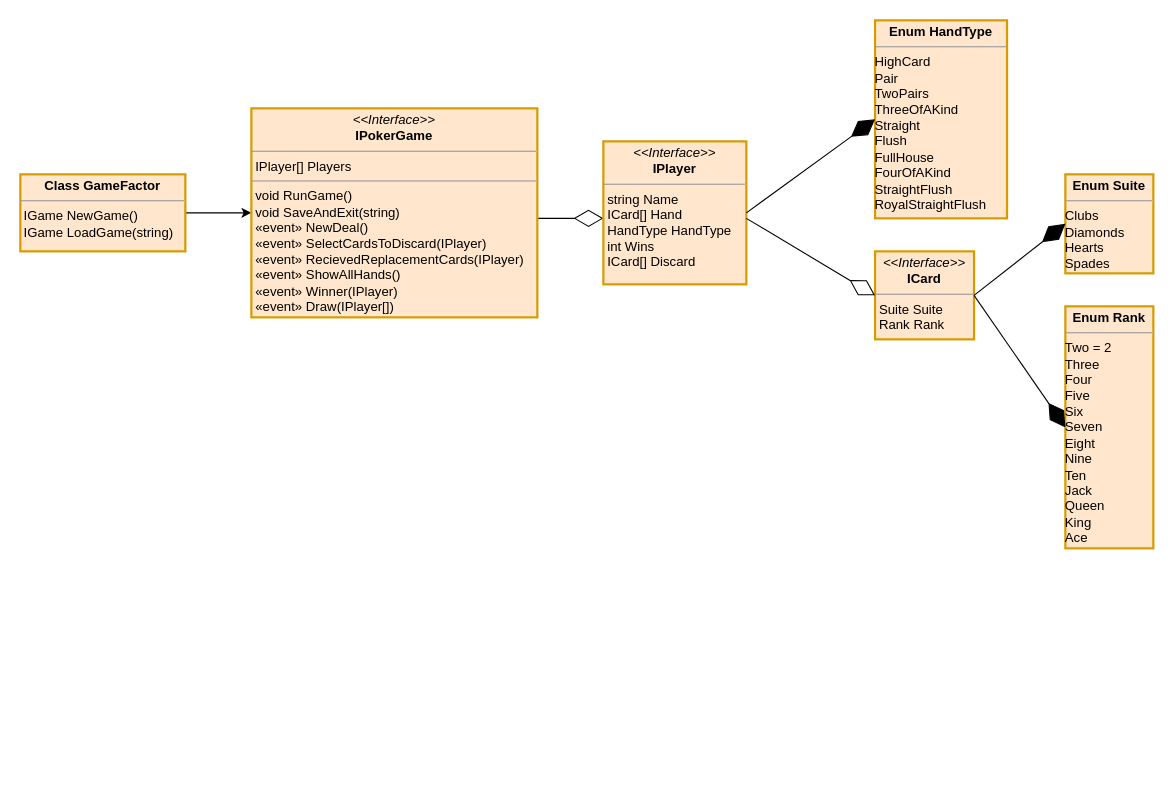
Before: Untitled Diagram.drawio in lucasohrn/PokerGame, a draw.io diagram. Source tidied: cells renumbered, new cells numbered last; positions are measured from the earlier drawing's top-left corner, leaving out a move shared by most shapes. Both pictures are drawn from the tidied source at 110%, with x=0, y=0 at pixel (20, 20).
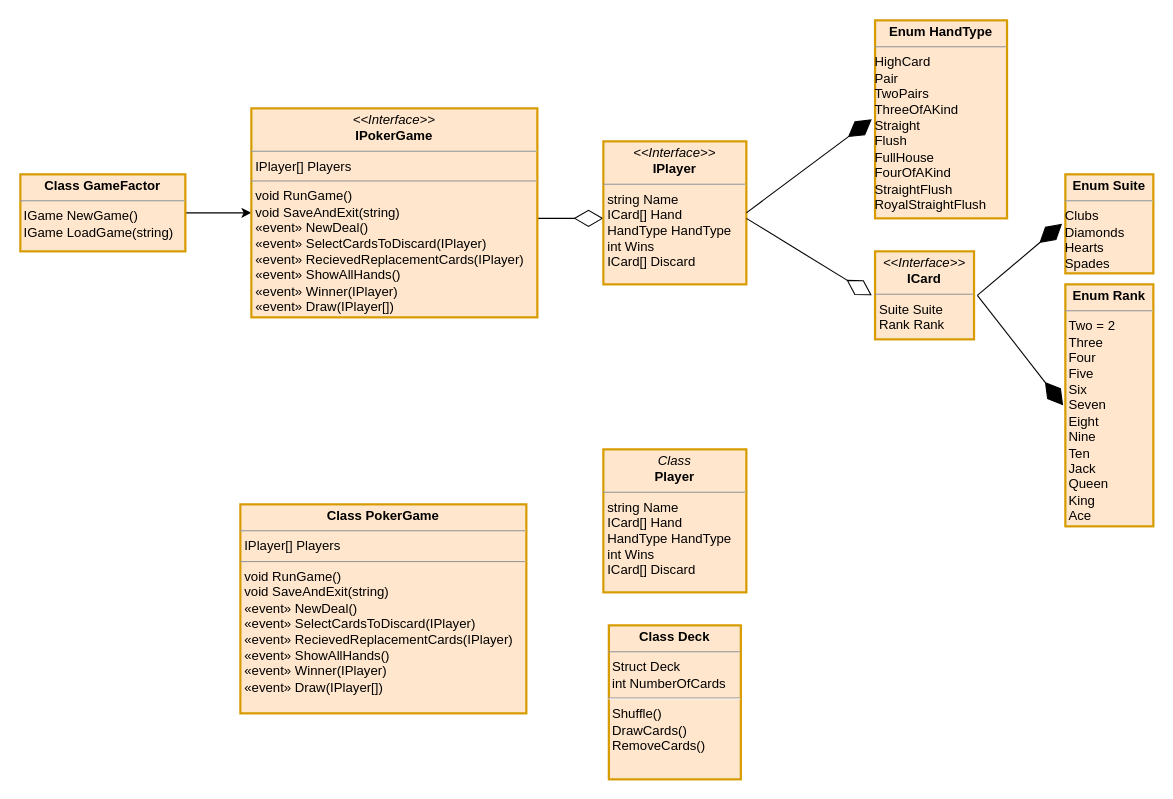
Above is the later version.

Diff of the diagram source:
```diff
@@
 <mxGraphModel>
   <root>
     <mxCell id="0" />
     <mxCell id="1" parent="0" />
-    <mxCell id="2" style="endArrow=diamondThin;endFill=0;endSize=24;html=1;fontSize=12;rounded=1;" parent="1" edge="1">
+    <mxCell id="2" style="endArrow=diamondThin;endFill=0;endSize=24;html=1;fontSize=12;rounded=1;fontColor=#000000;" parent="1" edge="1">
       <mxGeometry relative="1" as="geometry">
         <mxPoint x="470" y="180" as="sourcePoint" />
         <mxPoint x="530" y="180" as="targetPoint" />
       </mxGeometry>
     </mxCell>
-    <mxCell id="3" style="edgeStyle=orthogonalEdgeStyle;rounded=0;jettySize=auto;html=1;exitX=1;exitY=0.5;exitDx=0;exitDy=0;entryX=0;entryY=0.5;entryDx=0;entryDy=0;" parent="1" edge="1" source="4" target="5">
+    <mxCell id="3" style="edgeStyle=orthogonalEdgeStyle;rounded=0;jettySize=auto;html=1;exitX=1;exitY=0.5;exitDx=0;exitDy=0;entryX=0;entryY=0.5;entryDx=0;entryDy=0;fontColor=#000000;" parent="1" edge="1" source="4" target="5">
       <mxGeometry relative="1" as="geometry" />
     </mxCell>
-    <mxCell id="4" value="&lt;p style=&quot;margin: 0px ; margin-top: 4px ; text-align: center&quot;&gt;&lt;b&gt;Class GameFactor&lt;/b&gt;&lt;/p&gt;&lt;hr size=&quot;1&quot;&gt;&amp;nbsp;IGame NewGame()&lt;br&gt;&amp;nbsp;IGame LoadGame(string)&lt;br&gt;&lt;div style=&quot;height: 2px&quot;&gt;&lt;/div&gt;" style="verticalAlign=top;align=left;overflow=fill;fontSize=12;fontFamily=Helvetica;html=1;fillColor=#ffe6cc;strokeColor=#d79b00;strokeWidth=2;" parent="1" vertex="1">
+    <mxCell id="4" value="&lt;p style=&quot;margin: 0px ; margin-top: 4px ; text-align: center&quot;&gt;&lt;b&gt;Class GameFactor&lt;/b&gt;&lt;/p&gt;&lt;hr size=&quot;1&quot;&gt;&amp;nbsp;IGame NewGame()&lt;br&gt;&amp;nbsp;IGame LoadGame(string)&lt;br&gt;&lt;div style=&quot;height: 2px&quot;&gt;&lt;/div&gt;" style="verticalAlign=top;align=left;overflow=fill;fontSize=12;fontFamily=Helvetica;html=1;fillColor=#ffe6cc;strokeColor=#d79b00;strokeWidth=2;fontColor=#000000;" parent="1" vertex="1">
       <mxGeometry y="140" width="150" height="70" as="geometry" />
     </mxCell>
-    <mxCell id="5" value="&lt;p style=&quot;margin: 0px ; margin-top: 4px ; text-align: center&quot;&gt;&lt;i&gt;&amp;lt;&amp;lt;Interface&amp;gt;&amp;gt;&lt;/i&gt;&lt;br&gt;&lt;b&gt;IPokerGame&lt;/b&gt;&lt;/p&gt;&lt;hr size=&quot;1&quot;&gt;&lt;p style=&quot;margin: 0px ; margin-left: 4px&quot;&gt;IPlayer[] Players&lt;/p&gt;&lt;hr size=&quot;1&quot;&gt;&lt;p style=&quot;margin: 0px ; margin-left: 4px&quot;&gt;void RunGame()&lt;/p&gt;&lt;p style=&quot;margin: 0px ; margin-left: 4px&quot;&gt;void SaveAndExit(string)&lt;/p&gt;&lt;p style=&quot;margin: 0px ; margin-left: 4px&quot;&gt;«event» NewDeal()&lt;/p&gt;&lt;p style=&quot;margin: 0px ; margin-left: 4px&quot;&gt;«event»&amp;nbsp;SelectCardsToDiscard(IPlayer)&lt;/p&gt;&lt;p style=&quot;margin: 0px ; margin-left: 4px&quot;&gt;«event» RecievedReplacementCards(IPlayer)&lt;/p&gt;&lt;p style=&quot;margin: 0px ; margin-left: 4px&quot;&gt;«event» ShowAllHands()&lt;/p&gt;&lt;p style=&quot;margin: 0px ; margin-left: 4px&quot;&gt;«event» Winner(IPlayer)&lt;/p&gt;&lt;p style=&quot;margin: 0px ; margin-left: 4px&quot;&gt;«event» Draw(IPlayer[])&lt;/p&gt;" style="verticalAlign=top;align=left;overflow=fill;fontSize=12;fontFamily=Helvetica;html=1;fillColor=#ffe6cc;strokeColor=#d79b00;strokeWidth=2;" parent="1" vertex="1">
+    <mxCell id="5" value="&lt;p style=&quot;margin: 0px ; margin-top: 4px ; text-align: center&quot;&gt;&lt;i&gt;&amp;lt;&amp;lt;Interface&amp;gt;&amp;gt;&lt;/i&gt;&lt;br&gt;&lt;b&gt;IPokerGame&lt;/b&gt;&lt;/p&gt;&lt;hr size=&quot;1&quot;&gt;&lt;p style=&quot;margin: 0px ; margin-left: 4px&quot;&gt;IPlayer[] Players&lt;/p&gt;&lt;hr size=&quot;1&quot;&gt;&lt;p style=&quot;margin: 0px ; margin-left: 4px&quot;&gt;void RunGame()&lt;/p&gt;&lt;p style=&quot;margin: 0px ; margin-left: 4px&quot;&gt;void SaveAndExit(string)&lt;/p&gt;&lt;p style=&quot;margin: 0px ; margin-left: 4px&quot;&gt;«event» NewDeal()&lt;/p&gt;&lt;p style=&quot;margin: 0px ; margin-left: 4px&quot;&gt;«event»&amp;nbsp;SelectCardsToDiscard(IPlayer)&lt;/p&gt;&lt;p style=&quot;margin: 0px ; margin-left: 4px&quot;&gt;«event» RecievedReplacementCards(IPlayer)&lt;/p&gt;&lt;p style=&quot;margin: 0px ; margin-left: 4px&quot;&gt;«event» ShowAllHands()&lt;/p&gt;&lt;p style=&quot;margin: 0px ; margin-left: 4px&quot;&gt;«event» Winner(IPlayer)&lt;/p&gt;&lt;p style=&quot;margin: 0px ; margin-left: 4px&quot;&gt;«event» Draw(IPlayer[])&lt;/p&gt;" style="verticalAlign=top;align=left;overflow=fill;fontSize=12;fontFamily=Helvetica;html=1;fillColor=#ffe6cc;strokeColor=#d79b00;strokeWidth=2;fontColor=#000000;" parent="1" vertex="1">
       <mxGeometry x="210" y="80" width="260" height="190" as="geometry" />
     </mxCell>
-    <mxCell id="6" value="&lt;p style=&quot;margin: 0px ; margin-top: 4px ; text-align: center&quot;&gt;&lt;i&gt;&amp;lt;&amp;lt;Interface&amp;gt;&amp;gt;&lt;/i&gt;&lt;br&gt;&lt;b&gt;IPlayer&lt;/b&gt;&lt;/p&gt;&lt;hr size=&quot;1&quot;&gt;&lt;p style=&quot;margin: 0px ; margin-left: 4px&quot;&gt;string Name&lt;/p&gt;&lt;p style=&quot;margin: 0px ; margin-left: 4px&quot;&gt;I&lt;span&gt;Card[]&amp;nbsp;&lt;/span&gt;&lt;span&gt;Hand&lt;/span&gt;&lt;/p&gt;&lt;p style=&quot;margin: 0px ; margin-left: 4px&quot;&gt;&lt;span&gt;HandType HandType&lt;/span&gt;&lt;/p&gt;&lt;p style=&quot;margin: 0px ; margin-left: 4px&quot;&gt;&lt;span&gt;int Wins&lt;/span&gt;&lt;/p&gt;&lt;p style=&quot;margin: 0px ; margin-left: 4px&quot;&gt;&lt;span&gt;ICard[] Discard&lt;/span&gt;&lt;/p&gt;&lt;p style=&quot;margin: 0px ; margin-left: 4px&quot;&gt;&lt;br&gt;&lt;/p&gt;" style="verticalAlign=top;align=left;overflow=fill;fontSize=12;fontFamily=Helvetica;html=1;fillColor=#ffe6cc;strokeColor=#d79b00;strokeWidth=2;" parent="1" vertex="1">
+    <mxCell id="6" value="&lt;p style=&quot;margin: 0px ; margin-top: 4px ; text-align: center&quot;&gt;&lt;i&gt;&amp;lt;&amp;lt;Interface&amp;gt;&amp;gt;&lt;/i&gt;&lt;br&gt;&lt;b&gt;IPlayer&lt;/b&gt;&lt;/p&gt;&lt;hr size=&quot;1&quot;&gt;&lt;p style=&quot;margin: 0px ; margin-left: 4px&quot;&gt;string Name&lt;/p&gt;&lt;p style=&quot;margin: 0px ; margin-left: 4px&quot;&gt;I&lt;span&gt;Card[]&amp;nbsp;&lt;/span&gt;&lt;span&gt;Hand&lt;/span&gt;&lt;/p&gt;&lt;p style=&quot;margin: 0px ; margin-left: 4px&quot;&gt;&lt;span&gt;HandType HandType&lt;/span&gt;&lt;/p&gt;&lt;p style=&quot;margin: 0px ; margin-left: 4px&quot;&gt;&lt;span&gt;int Wins&lt;/span&gt;&lt;/p&gt;&lt;p style=&quot;margin: 0px ; margin-left: 4px&quot;&gt;&lt;span&gt;ICard[] Discard&lt;/span&gt;&lt;/p&gt;&lt;p style=&quot;margin: 0px ; margin-left: 4px&quot;&gt;&lt;br&gt;&lt;/p&gt;" style="verticalAlign=top;align=left;overflow=fill;fontSize=12;fontFamily=Helvetica;html=1;fillColor=#ffe6cc;strokeColor=#d79b00;strokeWidth=2;fontColor=#000000;" parent="1" vertex="1">
       <mxGeometry x="530" y="110" width="130" height="130" as="geometry" />
     </mxCell>
-    <mxCell id="7" value="&lt;p style=&quot;margin: 0px ; margin-top: 4px ; text-align: center&quot;&gt;&lt;b&gt;Enum HandType&lt;/b&gt;&lt;/p&gt;&lt;hr size=&quot;1&quot;&gt;HighCard&lt;br&gt;Pair&lt;br&gt;TwoPairs&lt;br&gt;ThreeOfAKind&lt;br&gt;Straight&lt;br&gt;Flush&lt;br&gt;FullHouse&lt;br&gt;FourOfAKind&lt;br&gt;StraightFlush&lt;br&gt;RoyalStraightFlush" style="verticalAlign=top;align=left;overflow=fill;fontSize=12;fontFamily=Helvetica;html=1;comic=0;strokeColor=#d79b00;strokeWidth=2;fillColor=#ffe6cc;" parent="1" vertex="1">
+    <mxCell id="7" value="&lt;p style=&quot;margin: 0px ; margin-top: 4px ; text-align: center&quot;&gt;&lt;b&gt;Enum HandType&lt;/b&gt;&lt;/p&gt;&lt;hr size=&quot;1&quot;&gt;HighCard&lt;br&gt;Pair&lt;br&gt;TwoPairs&lt;br&gt;ThreeOfAKind&lt;br&gt;Straight&lt;br&gt;Flush&lt;br&gt;FullHouse&lt;br&gt;FourOfAKind&lt;br&gt;StraightFlush&lt;br&gt;RoyalStraightFlush" style="verticalAlign=top;align=left;overflow=fill;fontSize=12;fontFamily=Helvetica;html=1;comic=0;strokeColor=#d79b00;strokeWidth=2;fillColor=#ffe6cc;fontColor=#000000;perimeterSpacing=3;" parent="1" vertex="1">
       <mxGeometry x="777" width="120" height="180" as="geometry" />
     </mxCell>
-    <mxCell id="8" value="&lt;p style=&quot;margin: 0px ; margin-top: 4px ; text-align: center&quot;&gt;&lt;i&gt;&amp;lt;&amp;lt;Interface&amp;gt;&amp;gt;&lt;/i&gt;&lt;br&gt;&lt;b&gt;ICard&lt;/b&gt;&lt;/p&gt;&lt;hr size=&quot;1&quot;&gt;&lt;p style=&quot;margin: 0px ; margin-left: 4px&quot;&gt;Suite Suite&lt;/p&gt;&lt;p style=&quot;margin: 0px ; margin-left: 4px&quot;&gt;Rank Rank&lt;br&gt;&lt;/p&gt;" style="verticalAlign=top;align=left;overflow=fill;fontSize=12;fontFamily=Helvetica;html=1;comic=0;strokeColor=#d79b00;strokeWidth=2;fillColor=#ffe6cc;" parent="1" vertex="1">
+    <mxCell id="8" value="&lt;p style=&quot;margin: 0px ; margin-top: 4px ; text-align: center&quot;&gt;&lt;i&gt;&amp;lt;&amp;lt;Interface&amp;gt;&amp;gt;&lt;/i&gt;&lt;br&gt;&lt;b&gt;ICard&lt;/b&gt;&lt;/p&gt;&lt;hr size=&quot;1&quot;&gt;&lt;p style=&quot;margin: 0px ; margin-left: 4px&quot;&gt;Suite Suite&lt;/p&gt;&lt;p style=&quot;margin: 0px ; margin-left: 4px&quot;&gt;Rank Rank&lt;br&gt;&lt;/p&gt;" style="verticalAlign=top;align=left;overflow=fill;fontSize=12;fontFamily=Helvetica;html=1;comic=0;strokeColor=#d79b00;strokeWidth=2;fillColor=#ffe6cc;fontColor=#000000;perimeterSpacing=3;" parent="1" vertex="1">
       <mxGeometry x="777" y="210" width="90" height="80" as="geometry" />
     </mxCell>
-    <mxCell id="9" style="endArrow=diamondThin;endFill=0;endSize=24;html=1;strokeColor=#000000;fontSize=12;entryX=0;entryY=0.5;entryDx=0;entryDy=0;" parent="1" edge="1" target="8">
+    <mxCell id="9" style="endArrow=diamondThin;endFill=0;endSize=24;html=1;strokeColor=#000000;fontSize=12;entryX=0;entryY=0.5;entryDx=0;entryDy=0;fontColor=#000000;" parent="1" edge="1" target="8">
       <mxGeometry relative="1" as="geometry">
         <mxPoint x="660" y="180" as="sourcePoint" />
       </mxGeometry>
     </mxCell>
-    <mxCell id="10" style="endArrow=diamondThin;endFill=1;endSize=24;html=1;strokeColor=#000000;fontSize=12;exitX=1;exitY=0.5;exitDx=0;exitDy=0;entryX=0;entryY=0.5;entryDx=0;entryDy=0;" parent="1" edge="1" source="6" target="7">
+    <mxCell id="10" style="endArrow=diamondThin;endFill=1;endSize=24;html=1;strokeColor=#000000;fontSize=12;exitX=1;exitY=0.5;exitDx=0;exitDy=0;entryX=0;entryY=0.5;entryDx=0;entryDy=0;fontColor=#000000;" parent="1" edge="1" source="6" target="7">
       <mxGeometry relative="1" as="geometry" />
     </mxCell>
-    <mxCell id="11" value="&lt;p style=&quot;margin: 0px ; margin-top: 4px ; text-align: center&quot;&gt;&lt;b&gt;Enum Suite&lt;/b&gt;&lt;/p&gt;&lt;hr size=&quot;1&quot;&gt;Clubs&lt;br&gt;Diamonds&lt;br&gt;Hearts&lt;br&gt;Spades" style="verticalAlign=top;align=left;overflow=fill;fontSize=12;fontFamily=Helvetica;html=1;comic=0;strokeColor=#d79b00;strokeWidth=2;fillColor=#ffe6cc;" parent="1" vertex="1">
+    <mxCell id="11" value="&lt;p style=&quot;margin: 0px ; margin-top: 4px ; text-align: center&quot;&gt;&lt;b&gt;Enum Suite&lt;/b&gt;&lt;/p&gt;&lt;hr size=&quot;1&quot;&gt;Clubs&lt;br&gt;Diamonds&lt;br&gt;Hearts&lt;br&gt;Spades" style="verticalAlign=top;align=left;overflow=fill;fontSize=12;fontFamily=Helvetica;html=1;comic=0;strokeColor=#d79b00;strokeWidth=2;fillColor=#ffe6cc;fontColor=#000000;perimeterSpacing=3;" parent="1" vertex="1">
       <mxGeometry x="950" y="140" width="80" height="90" as="geometry" />
     </mxCell>
-    <mxCell id="12" value="&lt;p style=&quot;margin: 0px ; margin-top: 4px ; text-align: center&quot;&gt;&lt;b&gt;Enum Rank&lt;/b&gt;&lt;/p&gt;&lt;hr size=&quot;1&quot;&gt;Two = 2&lt;br&gt;Three&lt;br&gt;Four&lt;br&gt;Five&lt;br&gt;Six&lt;br&gt;Seven&lt;br&gt;Eight&lt;br&gt;Nine&lt;br&gt;Ten&lt;br&gt;Jack&lt;br&gt;Queen&lt;br&gt;King&lt;br&gt;Ace" style="verticalAlign=top;align=left;overflow=fill;fontSize=12;fontFamily=Helvetica;html=1;comic=0;strokeColor=#d79b00;strokeWidth=2;fillColor=#ffe6cc;" parent="1" vertex="1">
-      <mxGeometry x="950" y="260" width="80" height="220" as="geometry" />
+    <mxCell id="12" value="&lt;p style=&quot;margin: 0px ; margin-top: 4px ; text-align: center&quot;&gt;&lt;b&gt;Enum Rank&lt;/b&gt;&lt;/p&gt;&lt;hr size=&quot;1&quot;&gt;&amp;nbsp;Two = 2&lt;br&gt;&amp;nbsp;Three&lt;br&gt;&amp;nbsp;Four&lt;br&gt;&amp;nbsp;Five&lt;br&gt;&amp;nbsp;Six&lt;br&gt;&amp;nbsp;Seven&lt;br&gt;&amp;nbsp;Eight&lt;br&gt;&amp;nbsp;Nine&lt;br&gt;&amp;nbsp;Ten&lt;br&gt;&amp;nbsp;Jack&lt;br&gt;&amp;nbsp;Queen&lt;br&gt;&amp;nbsp;King&lt;br&gt;&amp;nbsp;Ace" style="verticalAlign=top;align=left;overflow=fill;fontSize=12;fontFamily=Helvetica;html=1;comic=0;strokeColor=#d79b00;strokeWidth=2;fillColor=#ffe6cc;fontColor=#000000;perimeterSpacing=2;" parent="1" vertex="1">
+      <mxGeometry x="950" y="240" width="80" height="220" as="geometry" />
     </mxCell>
-    <mxCell id="13" style="endArrow=diamondThin;endFill=1;endSize=24;html=1;strokeColor=#000000;fontSize=12;exitX=1;exitY=0.5;exitDx=0;exitDy=0;entryX=0;entryY=0.5;entryDx=0;entryDy=0;" parent="1" edge="1" source="8" target="11">
+    <mxCell id="13" style="endArrow=diamondThin;endFill=1;endSize=24;html=1;strokeColor=#000000;fontSize=12;exitX=1;exitY=0.5;exitDx=0;exitDy=0;entryX=0;entryY=0.5;entryDx=0;entryDy=0;fontColor=#000000;" parent="1" edge="1" source="8" target="11">
       <mxGeometry relative="1" as="geometry" />
     </mxCell>
-    <mxCell id="14" style="endArrow=diamondThin;endFill=1;endSize=24;html=1;strokeColor=#000000;fontSize=12;exitX=1;exitY=0.5;exitDx=0;exitDy=0;entryX=0;entryY=0.5;entryDx=0;entryDy=0;" parent="1" edge="1" source="8" target="12">
+    <mxCell id="14" style="endArrow=diamondThin;endFill=1;endSize=24;html=1;strokeColor=#000000;fontSize=12;exitX=1;exitY=0.5;exitDx=0;exitDy=0;entryX=0;entryY=0.5;entryDx=0;entryDy=0;fontColor=#000000;" parent="1" edge="1" source="8" target="12">
       <mxGeometry relative="1" as="geometry" />
     </mxCell>
+    <mxCell id="15" value="&lt;p style=&quot;margin: 0px ; margin-top: 4px ; text-align: center&quot;&gt;&lt;b&gt;Class Deck&lt;/b&gt;&lt;/p&gt;&lt;hr size=&quot;1&quot;&gt;&amp;nbsp;Struct Deck&amp;nbsp;&lt;br&gt;&amp;nbsp;int NumberOfCards&lt;br&gt;&lt;hr&gt;&amp;nbsp;Shuffle()&lt;br&gt;&amp;nbsp;DrawCards()&lt;br&gt;&amp;nbsp;RemoveCards()&lt;br&gt;&lt;br&gt;&lt;div style=&quot;height: 2px&quot;&gt;&lt;/div&gt;" style="verticalAlign=top;align=left;overflow=fill;fontSize=12;fontFamily=Helvetica;html=1;fillColor=#ffe6cc;strokeColor=#d79b00;strokeWidth=2;fontColor=#000000;" parent="1" vertex="1">
+      <mxGeometry x="535" y="550" width="120" height="140" as="geometry" />
+    </mxCell>
+    <mxCell id="16" value="&lt;p style=&quot;margin: 0px ; margin-top: 4px ; text-align: center&quot;&gt;&lt;b&gt;Class PokerGame&lt;/b&gt;&lt;/p&gt;&lt;hr size=&quot;1&quot;&gt;&lt;p style=&quot;margin: 0px ; margin-left: 4px&quot;&gt;IPlayer[] Players&lt;/p&gt;&lt;hr size=&quot;1&quot;&gt;&lt;p style=&quot;margin: 0px ; margin-left: 4px&quot;&gt;void RunGame()&lt;/p&gt;&lt;p style=&quot;margin: 0px ; margin-left: 4px&quot;&gt;void SaveAndExit(string)&lt;/p&gt;&lt;p style=&quot;margin: 0px ; margin-left: 4px&quot;&gt;«event» NewDeal()&lt;/p&gt;&lt;p style=&quot;margin: 0px ; margin-left: 4px&quot;&gt;«event»&amp;nbsp;SelectCardsToDiscard(IPlayer)&lt;/p&gt;&lt;p style=&quot;margin: 0px ; margin-left: 4px&quot;&gt;«event» RecievedReplacementCards(IPlayer)&lt;/p&gt;&lt;p style=&quot;margin: 0px ; margin-left: 4px&quot;&gt;«event» ShowAllHands()&lt;/p&gt;&lt;p style=&quot;margin: 0px ; margin-left: 4px&quot;&gt;«event» Winner(IPlayer)&lt;/p&gt;&lt;p style=&quot;margin: 0px ; margin-left: 4px&quot;&gt;«event» Draw(IPlayer[])&lt;/p&gt;" style="verticalAlign=top;align=left;overflow=fill;fontSize=12;fontFamily=Helvetica;html=1;fillColor=#ffe6cc;strokeColor=#d79b00;strokeWidth=2;fontColor=#000000;" parent="1" vertex="1">
+      <mxGeometry x="200" y="440" width="260" height="190" as="geometry" />
+    </mxCell>
+    <mxCell id="17" value="&lt;p style=&quot;margin: 0px ; margin-top: 4px ; text-align: center&quot;&gt;&lt;i&gt;Class&lt;/i&gt;&lt;br&gt;&lt;b&gt;Player&lt;/b&gt;&lt;/p&gt;&lt;hr size=&quot;1&quot;&gt;&lt;p style=&quot;margin: 0px ; margin-left: 4px&quot;&gt;string Name&lt;/p&gt;&lt;p style=&quot;margin: 0px ; margin-left: 4px&quot;&gt;I&lt;span&gt;Card[]&amp;nbsp;&lt;/span&gt;&lt;span&gt;Hand&lt;/span&gt;&lt;/p&gt;&lt;p style=&quot;margin: 0px ; margin-left: 4px&quot;&gt;&lt;span&gt;HandType HandType&lt;/span&gt;&lt;/p&gt;&lt;p style=&quot;margin: 0px ; margin-left: 4px&quot;&gt;&lt;span&gt;int Wins&lt;/span&gt;&lt;/p&gt;&lt;p style=&quot;margin: 0px ; margin-left: 4px&quot;&gt;&lt;span&gt;ICard[] Discard&lt;/span&gt;&lt;/p&gt;&lt;p style=&quot;margin: 0px ; margin-left: 4px&quot;&gt;&lt;br&gt;&lt;/p&gt;" style="verticalAlign=top;align=left;overflow=fill;fontSize=12;fontFamily=Helvetica;html=1;fillColor=#ffe6cc;strokeColor=#d79b00;strokeWidth=2;fontColor=#000000;" parent="1" vertex="1">
+      <mxGeometry x="530" y="390" width="130" height="130" as="geometry" />
+    </mxCell>
   </root>
 </mxGraphModel>
```
